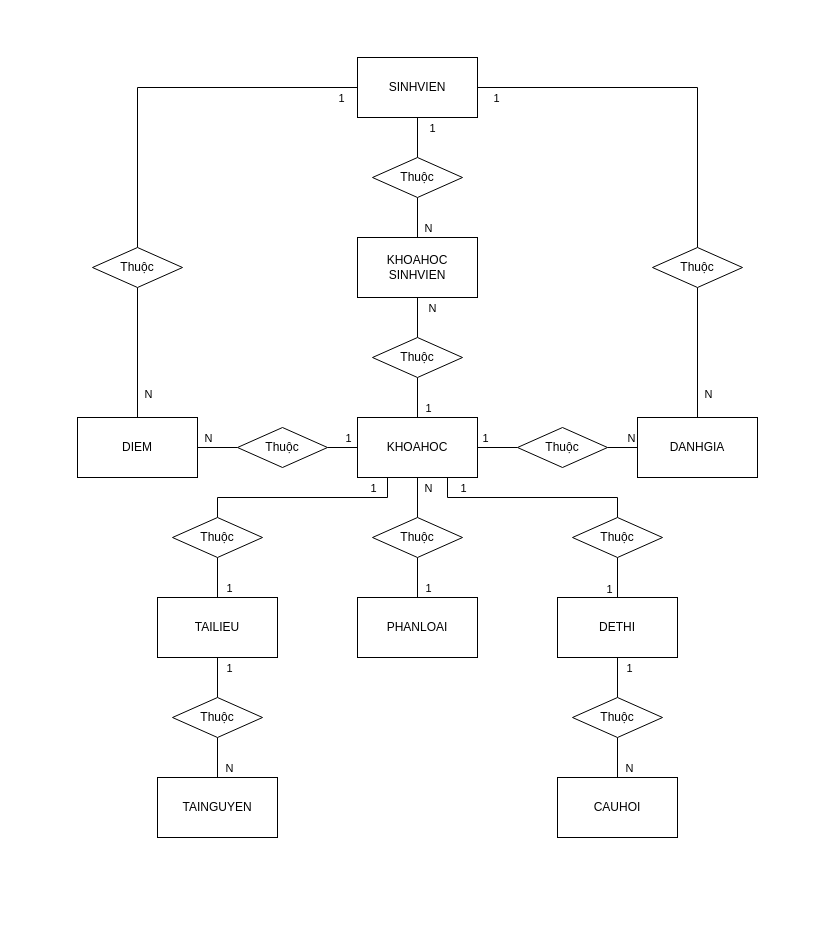
AnLaVN/DAS_Courses keeps this draw.io diagram as page "ERD" (1 of 4) of Diagrams.drawio. Above is the earlier version. Source tidied: cells renumbered, new cells numbered last; positions are measured from the earlier drawing's top-left corner, leaving out a move shared by most shapes. Both pictures are drawn from the tidied source at 100%, with x=0, y=0 at pixel (77, 57).
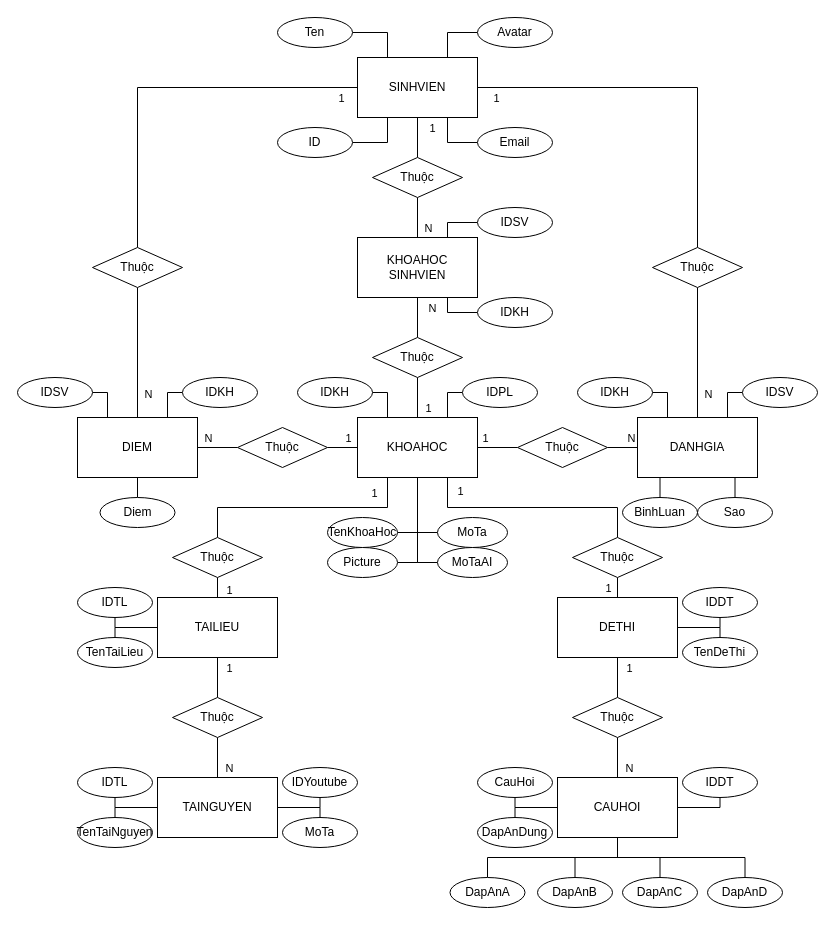
Above is the later version.

The change refers to these unchanged cells:
```xml
<mxCell id="2" value="SINHVIEN" style="rounded=0;whiteSpace=wrap;html=1;" parent="1" vertex="1">
  <mxGeometry x="280" width="120" height="60" as="geometry" />
</mxCell>
<mxCell id="3" value="CAUHOI" style="rounded=0;whiteSpace=wrap;html=1;" parent="1" vertex="1">
  <mxGeometry x="480" y="720" width="120" height="60" as="geometry" />
</mxCell>
<mxCell id="4" value="DETHI" style="rounded=0;whiteSpace=wrap;html=1;" parent="1" vertex="1">
  <mxGeometry x="480" y="540" width="120" height="60" as="geometry" />
</mxCell>
<mxCell id="5" value="KHOAHOC" style="rounded=0;whiteSpace=wrap;html=1;" parent="1" vertex="1">
  <mxGeometry x="280" y="360" width="120" height="60" as="geometry" />
</mxCell>
<mxCell id="6" value="TAILIEU" style="rounded=0;whiteSpace=wrap;html=1;" parent="1" vertex="1">
  <mxGeometry x="80" y="540" width="120" height="60" as="geometry" />
</mxCell>
<mxCell id="7" value="TAINGUYEN" style="rounded=0;whiteSpace=wrap;html=1;" parent="1" vertex="1">
  <mxGeometry x="80" y="720" width="120" height="60" as="geometry" />
</mxCell>
<mxCell id="8" value="DANHGIA" style="rounded=0;whiteSpace=wrap;html=1;" parent="1" vertex="1">
  <mxGeometry x="560" y="360" width="120" height="60" as="geometry" />
</mxCell>
<mxCell id="31" style="edgeStyle=orthogonalEdgeStyle;rounded=0;jettySize=auto;html=1;exitX=0.5;exitY=1;exitDx=0;exitDy=0;entryX=0.5;entryY=0;entryDx=0;entryDy=0;endArrow=none;endFill=0;" parent="1" edge="1" source="33" target="4">
  <mxGeometry relative="1" as="geometry" />
</mxCell>
<mxCell id="44" value="DIEM" style="rounded=0;whiteSpace=wrap;html=1;" parent="1" vertex="1">
  <mxGeometry y="360" width="120" height="60" as="geometry" />
</mxCell>
<mxCell id="55" value="KHOAHOC&lt;br&gt;SINHVIEN" style="rounded=0;whiteSpace=wrap;html=1;" parent="1" vertex="1">
  <mxGeometry x="280" y="180" width="120" height="60" as="geometry" />
</mxCell>
```

Change to the diagram source:
```diff
@@
+    <mxCell id="67" style="edgeStyle=orthogonalEdgeStyle;rounded=0;jettySize=auto;html=1;exitX=1;exitY=0.5;exitDx=0;exitDy=0;entryX=0.5;entryY=1;entryDx=0;entryDy=0;endArrow=none;endFill=0;" parent="1" edge="1" source="3" target="111">
+      <mxGeometry relative="1" as="geometry">
+        <Array as="points">
+          <mxPoint x="642" y="750" />
+        </Array>
+      </mxGeometry>
+    </mxCell>
+    <mxCell id="68" style="edgeStyle=orthogonalEdgeStyle;rounded=0;jettySize=auto;html=1;exitX=0;exitY=0.5;exitDx=0;exitDy=0;entryX=0.5;entryY=0;entryDx=0;entryDy=0;endArrow=none;endFill=0;" parent="1" edge="1" source="3" target="122">
+      <mxGeometry relative="1" as="geometry">
+        <Array as="points">
+          <mxPoint x="437" y="750" />
+        </Array>
+      </mxGeometry>
+    </mxCell>
@@
+    <mxCell id="69" style="edgeStyle=orthogonalEdgeStyle;rounded=0;jettySize=auto;html=1;exitX=0;exitY=0.5;exitDx=0;exitDy=0;entryX=0.5;entryY=1;entryDx=0;entryDy=0;endArrow=none;endFill=0;" parent="1" edge="1" source="6" target="101">
+      <mxGeometry relative="1" as="geometry">
+        <Array as="points">
+          <mxPoint x="38" y="570" />
+        </Array>
+      </mxGeometry>
+    </mxCell>
+    <mxCell id="70" style="edgeStyle=orthogonalEdgeStyle;rounded=0;jettySize=auto;html=1;exitX=0;exitY=0.5;exitDx=0;exitDy=0;entryX=0.5;entryY=0;entryDx=0;entryDy=0;endArrow=none;endFill=0;" parent="1" edge="1" source="6" target="102">
+      <mxGeometry relative="1" as="geometry">
+        <Array as="points">
+          <mxPoint x="38" y="570" />
+        </Array>
+      </mxGeometry>
+    </mxCell>
@@
+    <mxCell id="71" style="edgeStyle=orthogonalEdgeStyle;rounded=0;jettySize=auto;html=1;exitX=0;exitY=0.5;exitDx=0;exitDy=0;entryX=0.5;entryY=0;entryDx=0;entryDy=0;endArrow=none;endFill=0;" parent="1" edge="1" source="7" target="104">
+      <mxGeometry relative="1" as="geometry">
+        <Array as="points">
+          <mxPoint x="38" y="750" />
+        </Array>
+      </mxGeometry>
+    </mxCell>
+    <mxCell id="72" style="edgeStyle=orthogonalEdgeStyle;rounded=0;jettySize=auto;html=1;exitX=1;exitY=0.5;exitDx=0;exitDy=0;entryX=0.5;entryY=1;entryDx=0;entryDy=0;endArrow=none;endFill=0;" parent="1" edge="1" source="7" target="105">
+      <mxGeometry relative="1" as="geometry">
+        <Array as="points">
+          <mxPoint x="243" y="750" />
+        </Array>
+      </mxGeometry>
+    </mxCell>
+    <mxCell id="73" style="edgeStyle=orthogonalEdgeStyle;rounded=0;jettySize=auto;html=1;exitX=1;exitY=0.5;exitDx=0;exitDy=0;entryX=0.5;entryY=0;entryDx=0;entryDy=0;endArrow=none;endFill=0;" parent="1" edge="1" source="7" target="106">
+      <mxGeometry relative="1" as="geometry">
+        <Array as="points">
+          <mxPoint x="243" y="750" />
+        </Array>
+      </mxGeometry>
+    </mxCell>
+    <mxCell id="74" style="edgeStyle=orthogonalEdgeStyle;rounded=0;jettySize=auto;html=1;exitX=0;exitY=0.5;exitDx=0;exitDy=0;entryX=0.5;entryY=1;entryDx=0;entryDy=0;endArrow=none;endFill=0;" parent="1" edge="1" source="7" target="103">
+      <mxGeometry relative="1" as="geometry">
+        <Array as="points">
+          <mxPoint x="38" y="750" />
+        </Array>
+      </mxGeometry>
+    </mxCell>
@@
+    <mxCell id="75" style="edgeStyle=orthogonalEdgeStyle;rounded=0;jettySize=auto;html=1;exitX=0.25;exitY=1;exitDx=0;exitDy=0;entryX=0.5;entryY=0;entryDx=0;entryDy=0;endArrow=none;endFill=0;" parent="1" edge="1" source="8" target="96">
+      <mxGeometry relative="1" as="geometry" />
+    </mxCell>
+    <mxCell id="76" style="edgeStyle=orthogonalEdgeStyle;rounded=0;jettySize=auto;html=1;exitX=0.75;exitY=1;exitDx=0;exitDy=0;entryX=0.5;entryY=0;entryDx=0;entryDy=0;endArrow=none;endFill=0;" parent="1" edge="1" source="8" target="91">
+      <mxGeometry relative="1" as="geometry" />
+    </mxCell>
@@
     <mxCell id="28" value="Thuộc" style="shape=rhombus;perimeter=rhombusPerimeter;whiteSpace=wrap;html=1;align=center;" parent="1" vertex="1">
-      <mxGeometry x="95" y="460" width="90" height="40" as="geometry" />
+      <mxGeometry x="95" y="480" width="90" height="40" as="geometry" />
     </mxCell>
@@
     <mxCell id="32" value="1" style="edgeLabel;html=1;align=center;verticalAlign=middle;" parent="31" vertex="1">
       <mxGeometry x="0.73" y="2" relative="1" as="geometry">
-        <mxPoint x="-11" y="-4" as="offset" />
+        <mxPoint x="-12" y="-7" as="offset" />
       </mxGeometry>
     </mxCell>
     <mxCell id="33" value="Thuộc" style="shape=rhombus;perimeter=rhombusPerimeter;whiteSpace=wrap;html=1;align=center;" parent="1" vertex="1">
-      <mxGeometry x="495" y="460" width="90" height="40" as="geometry" />
+      <mxGeometry x="495" y="480" width="90" height="40" as="geometry" />
     </mxCell>
@@
-    <mxCell id="61" value="PHANLOAI" style="rounded=0;whiteSpace=wrap;html=1;" parent="1" vertex="1">
-      <mxGeometry x="280" y="540" width="120" height="60" as="geometry" />
-    </mxCell>
-    <mxCell id="62" style="edgeStyle=orthogonalEdgeStyle;rounded=0;jettySize=auto;html=1;exitX=0.5;exitY=1;exitDx=0;exitDy=0;entryX=0.5;entryY=0;entryDx=0;entryDy=0;endArrow=none;endFill=0;" parent="1" edge="1" source="66" target="61">
-      <mxGeometry relative="1" as="geometry" />
-    </mxCell>
-    <mxCell id="63" value="1" style="edgeLabel;html=1;align=center;verticalAlign=middle;" parent="62" vertex="1">
-      <mxGeometry x="0.63" y="-1" relative="1" as="geometry">
-        <mxPoint x="11" y="-3" as="offset" />
-      </mxGeometry>
-    </mxCell>
-    <mxCell id="64" style="edgeStyle=orthogonalEdgeStyle;rounded=0;jettySize=auto;html=1;exitX=0.5;exitY=0;exitDx=0;exitDy=0;entryX=0.5;entryY=1;entryDx=0;entryDy=0;endArrow=none;endFill=0;" parent="1" edge="1" source="66" target="5">
-      <mxGeometry relative="1" as="geometry" />
-    </mxCell>
-    <mxCell id="65" value="N" style="edgeLabel;html=1;align=center;verticalAlign=middle;" parent="64" vertex="1">
-      <mxGeometry x="0.84" relative="1" as="geometry">
-        <mxPoint x="10" y="7" as="offset" />
-      </mxGeometry>
-    </mxCell>
-    <mxCell id="66" value="Thuộc" style="shape=rhombus;perimeter=rhombusPerimeter;whiteSpace=wrap;html=1;align=center;" parent="1" vertex="1">
-      <mxGeometry x="295" y="460" width="90" height="40" as="geometry" />
-    </mxCell>
+    <mxCell id="77" style="edgeStyle=orthogonalEdgeStyle;rounded=0;jettySize=auto;html=1;exitX=1;exitY=0.5;exitDx=0;exitDy=0;entryX=0.25;entryY=1;entryDx=0;entryDy=0;endArrow=none;endFill=0;" parent="1" edge="1" source="78" target="2">
+      <mxGeometry relative="1" as="geometry" />
+    </mxCell>
+    <mxCell id="78" value="ID" style="ellipse;whiteSpace=wrap;html=1;" parent="1" vertex="1">
+      <mxGeometry x="200" y="70" width="75" height="30" as="geometry" />
+    </mxCell>
+    <mxCell id="79" style="edgeStyle=orthogonalEdgeStyle;rounded=0;jettySize=auto;html=1;exitX=0;exitY=0.5;exitDx=0;exitDy=0;entryX=0.75;entryY=1;entryDx=0;entryDy=0;endArrow=none;endFill=0;" parent="1" edge="1" source="80" target="2">
+      <mxGeometry relative="1" as="geometry" />
+    </mxCell>
+    <mxCell id="80" value="Email" style="ellipse;whiteSpace=wrap;html=1;" parent="1" vertex="1">
+      <mxGeometry x="400" y="70" width="75" height="30" as="geometry" />
+    </mxCell>
+    <mxCell id="81" style="edgeStyle=orthogonalEdgeStyle;rounded=0;jettySize=auto;html=1;exitX=1;exitY=0.5;exitDx=0;exitDy=0;entryX=0.25;entryY=0;entryDx=0;entryDy=0;endArrow=none;endFill=0;" parent="1" edge="1" source="82" target="2">
+      <mxGeometry relative="1" as="geometry" />
+    </mxCell>
+    <mxCell id="82" value="Ten" style="ellipse;whiteSpace=wrap;html=1;" parent="1" vertex="1">
+      <mxGeometry x="200" y="-40" width="75" height="30" as="geometry" />
+    </mxCell>
+    <mxCell id="83" style="edgeStyle=orthogonalEdgeStyle;rounded=0;jettySize=auto;html=1;exitX=0;exitY=0.5;exitDx=0;exitDy=0;entryX=0.75;entryY=0;entryDx=0;entryDy=0;endArrow=none;endFill=0;" parent="1" edge="1" source="84" target="2">
+      <mxGeometry relative="1" as="geometry" />
+    </mxCell>
+    <mxCell id="84" value="Avatar" style="ellipse;whiteSpace=wrap;html=1;" parent="1" vertex="1">
+      <mxGeometry x="400" y="-40" width="75" height="30" as="geometry" />
+    </mxCell>
+    <mxCell id="85" style="edgeStyle=orthogonalEdgeStyle;rounded=0;jettySize=auto;html=1;exitX=1;exitY=0.5;exitDx=0;exitDy=0;entryX=0.25;entryY=0;entryDx=0;entryDy=0;endArrow=none;endFill=0;" parent="1" edge="1" source="86" target="44">
+      <mxGeometry relative="1" as="geometry" />
+    </mxCell>
+    <mxCell id="86" value="IDSV" style="ellipse;whiteSpace=wrap;html=1;" parent="1" vertex="1">
+      <mxGeometry x="-60" y="320" width="75" height="30" as="geometry" />
+    </mxCell>
+    <mxCell id="87" style="edgeStyle=orthogonalEdgeStyle;rounded=0;jettySize=auto;html=1;exitX=0;exitY=0.5;exitDx=0;exitDy=0;entryX=0.75;entryY=0;entryDx=0;entryDy=0;endArrow=none;endFill=0;" parent="1" edge="1" source="88" target="44">
+      <mxGeometry relative="1" as="geometry" />
+    </mxCell>
+    <mxCell id="88" value="IDKH" style="ellipse;whiteSpace=wrap;html=1;" parent="1" vertex="1">
+      <mxGeometry x="105" y="320" width="75" height="30" as="geometry" />
+    </mxCell>
+    <mxCell id="89" style="edgeStyle=orthogonalEdgeStyle;rounded=0;jettySize=auto;html=1;exitX=0.5;exitY=0;exitDx=0;exitDy=0;entryX=0.5;entryY=1;entryDx=0;entryDy=0;endArrow=none;endFill=0;" parent="1" edge="1" source="90" target="44">
+      <mxGeometry relative="1" as="geometry" />
+    </mxCell>
+    <mxCell id="90" value="Diem" style="ellipse;whiteSpace=wrap;html=1;" parent="1" vertex="1">
+      <mxGeometry x="22.5" y="440" width="75" height="30" as="geometry" />
+    </mxCell>
+    <mxCell id="91" value="Sao" style="ellipse;whiteSpace=wrap;html=1;" parent="1" vertex="1">
+      <mxGeometry x="620" y="440" width="75" height="30" as="geometry" />
+    </mxCell>
+    <mxCell id="92" style="edgeStyle=orthogonalEdgeStyle;rounded=0;jettySize=auto;html=1;exitX=0;exitY=0.5;exitDx=0;exitDy=0;entryX=0.75;entryY=0;entryDx=0;entryDy=0;endArrow=none;endFill=0;" parent="1" edge="1" source="93" target="8">
+      <mxGeometry relative="1" as="geometry" />
+    </mxCell>
+    <mxCell id="93" value="IDSV" style="ellipse;whiteSpace=wrap;html=1;" parent="1" vertex="1">
+      <mxGeometry x="665" y="320" width="75" height="30" as="geometry" />
+    </mxCell>
+    <mxCell id="94" style="edgeStyle=orthogonalEdgeStyle;rounded=0;jettySize=auto;html=1;exitX=1;exitY=0.5;exitDx=0;exitDy=0;entryX=0.25;entryY=0;entryDx=0;entryDy=0;endArrow=none;endFill=0;" parent="1" edge="1" source="95" target="8">
+      <mxGeometry relative="1" as="geometry" />
+    </mxCell>
+    <mxCell id="95" value="IDKH" style="ellipse;whiteSpace=wrap;html=1;" parent="1" vertex="1">
+      <mxGeometry x="500" y="320" width="75" height="30" as="geometry" />
+    </mxCell>
+    <mxCell id="96" value="BinhLuan" style="ellipse;whiteSpace=wrap;html=1;" parent="1" vertex="1">
+      <mxGeometry x="545" y="440" width="75" height="30" as="geometry" />
+    </mxCell>
+    <mxCell id="97" style="edgeStyle=orthogonalEdgeStyle;rounded=0;jettySize=auto;html=1;exitX=0;exitY=0.5;exitDx=0;exitDy=0;entryX=0.75;entryY=0;entryDx=0;entryDy=0;endArrow=none;endFill=0;" parent="1" edge="1" source="98" target="55">
+      <mxGeometry relative="1" as="geometry" />
+    </mxCell>
+    <mxCell id="98" value="IDSV" style="ellipse;whiteSpace=wrap;html=1;" parent="1" vertex="1">
+      <mxGeometry x="400" y="150" width="75" height="30" as="geometry" />
+    </mxCell>
+    <mxCell id="99" style="edgeStyle=orthogonalEdgeStyle;rounded=0;jettySize=auto;html=1;exitX=0;exitY=0.5;exitDx=0;exitDy=0;entryX=0.75;entryY=1;entryDx=0;entryDy=0;endArrow=none;endFill=0;" parent="1" edge="1" source="100" target="55">
+      <mxGeometry relative="1" as="geometry" />
+    </mxCell>
+    <mxCell id="100" value="IDKH" style="ellipse;whiteSpace=wrap;html=1;" parent="1" vertex="1">
+      <mxGeometry x="400" y="240" width="75" height="30" as="geometry" />
+    </mxCell>
+    <mxCell id="101" value="IDTL" style="ellipse;whiteSpace=wrap;html=1;" parent="1" vertex="1">
+      <mxGeometry y="530" width="75" height="30" as="geometry" />
+    </mxCell>
+    <mxCell id="102" value="TenTaiLieu" style="ellipse;whiteSpace=wrap;html=1;" parent="1" vertex="1">
+      <mxGeometry y="580" width="75" height="30" as="geometry" />
+    </mxCell>
+    <mxCell id="103" value="IDTL" style="ellipse;whiteSpace=wrap;html=1;" parent="1" vertex="1">
+      <mxGeometry y="710" width="75" height="30" as="geometry" />
+    </mxCell>
+    <mxCell id="104" value="TenTaiNguyen" style="ellipse;whiteSpace=wrap;html=1;" parent="1" vertex="1">
+      <mxGeometry y="760" width="75" height="30" as="geometry" />
+    </mxCell>
+    <mxCell id="105" value="IDYoutube" style="ellipse;whiteSpace=wrap;html=1;" parent="1" vertex="1">
+      <mxGeometry x="205" y="710" width="75" height="30" as="geometry" />
+    </mxCell>
+    <mxCell id="106" value="MoTa" style="ellipse;whiteSpace=wrap;html=1;" parent="1" vertex="1">
+      <mxGeometry x="205" y="760" width="75" height="30" as="geometry" />
+    </mxCell>
+    <mxCell id="107" style="edgeStyle=orthogonalEdgeStyle;rounded=0;jettySize=auto;html=1;exitX=0.5;exitY=1;exitDx=0;exitDy=0;entryX=1;entryY=0.5;entryDx=0;entryDy=0;endArrow=none;endFill=0;" parent="1" edge="1" source="108" target="4">
+      <mxGeometry relative="1" as="geometry">
+        <Array as="points">
+          <mxPoint x="643" y="570" />
+        </Array>
+      </mxGeometry>
+    </mxCell>
+    <mxCell id="108" value="IDDT" style="ellipse;whiteSpace=wrap;html=1;" parent="1" vertex="1">
+      <mxGeometry x="605" y="530" width="75" height="30" as="geometry" />
+    </mxCell>
+    <mxCell id="109" style="edgeStyle=orthogonalEdgeStyle;rounded=0;jettySize=auto;html=1;exitX=0.5;exitY=0;exitDx=0;exitDy=0;endArrow=none;endFill=0;" parent="1" edge="1" source="110">
+      <mxGeometry relative="1" as="geometry">
+        <mxPoint x="600" y="570" as="targetPoint" />
+        <Array as="points">
+          <mxPoint x="643" y="570" />
+        </Array>
+      </mxGeometry>
+    </mxCell>
+    <mxCell id="110" value="TenDeThi" style="ellipse;whiteSpace=wrap;html=1;" parent="1" vertex="1">
+      <mxGeometry x="605" y="580" width="75" height="30" as="geometry" />
+    </mxCell>
+    <mxCell id="111" value="IDDT" style="ellipse;whiteSpace=wrap;html=1;" parent="1" vertex="1">
+      <mxGeometry x="605" y="710" width="75" height="30" as="geometry" />
+    </mxCell>
+    <mxCell id="112" style="edgeStyle=orthogonalEdgeStyle;rounded=0;jettySize=auto;html=1;exitX=0.5;exitY=1;exitDx=0;exitDy=0;entryX=0;entryY=0.5;entryDx=0;entryDy=0;endArrow=none;endFill=0;" parent="1" edge="1" source="113" target="3">
+      <mxGeometry relative="1" as="geometry">
+        <Array as="points">
+          <mxPoint x="437" y="750" />
+        </Array>
+      </mxGeometry>
+    </mxCell>
+    <mxCell id="113" value="CauHoi" style="ellipse;whiteSpace=wrap;html=1;" parent="1" vertex="1">
+      <mxGeometry x="400" y="710" width="75" height="30" as="geometry" />
+    </mxCell>
+    <mxCell id="114" style="edgeStyle=orthogonalEdgeStyle;rounded=0;jettySize=auto;html=1;exitX=0.5;exitY=0;exitDx=0;exitDy=0;entryX=0.5;entryY=1;entryDx=0;entryDy=0;endArrow=none;endFill=0;" parent="1" edge="1" source="115" target="3">
+      <mxGeometry relative="1" as="geometry" />
+    </mxCell>
+    <mxCell id="115" value="DapAnA" style="ellipse;whiteSpace=wrap;html=1;" parent="1" vertex="1">
+      <mxGeometry x="372.5" y="820" width="75" height="30" as="geometry" />
+    </mxCell>
+    <mxCell id="116" style="edgeStyle=orthogonalEdgeStyle;rounded=0;jettySize=auto;html=1;exitX=0.5;exitY=0;exitDx=0;exitDy=0;entryX=0.5;entryY=1;entryDx=0;entryDy=0;endArrow=none;endFill=0;" parent="1" edge="1" source="117" target="3">
+      <mxGeometry relative="1" as="geometry" />
+    </mxCell>
+    <mxCell id="117" value="DapAnB" style="ellipse;whiteSpace=wrap;html=1;" parent="1" vertex="1">
+      <mxGeometry x="460" y="820" width="75" height="30" as="geometry" />
+    </mxCell>
+    <mxCell id="118" style="edgeStyle=orthogonalEdgeStyle;rounded=0;jettySize=auto;html=1;exitX=0.5;exitY=0;exitDx=0;exitDy=0;endArrow=none;endFill=0;" parent="1" edge="1" source="119">
+      <mxGeometry relative="1" as="geometry">
+        <mxPoint x="540" y="780" as="targetPoint" />
+        <Array as="points">
+          <mxPoint x="582" y="800" />
+          <mxPoint x="540" y="800" />
+        </Array>
+      </mxGeometry>
+    </mxCell>
+    <mxCell id="119" value="DapAnC" style="ellipse;whiteSpace=wrap;html=1;" parent="1" vertex="1">
+      <mxGeometry x="545" y="820" width="75" height="30" as="geometry" />
+    </mxCell>
+    <mxCell id="120" style="edgeStyle=orthogonalEdgeStyle;rounded=0;jettySize=auto;html=1;exitX=0.5;exitY=0;exitDx=0;exitDy=0;entryX=0.5;entryY=1;entryDx=0;entryDy=0;endArrow=none;endFill=0;" parent="1" edge="1" source="121" target="3">
+      <mxGeometry relative="1" as="geometry" />
+    </mxCell>
+    <mxCell id="121" value="DapAnD" style="ellipse;whiteSpace=wrap;html=1;" parent="1" vertex="1">
+      <mxGeometry x="630" y="820" width="75" height="30" as="geometry" />
+    </mxCell>
+    <mxCell id="122" value="DapAnDung" style="ellipse;whiteSpace=wrap;html=1;" parent="1" vertex="1">
+      <mxGeometry x="400" y="760" width="75" height="30" as="geometry" />
+    </mxCell>
+    <mxCell id="123" style="edgeStyle=orthogonalEdgeStyle;rounded=0;jettySize=auto;html=1;exitX=0;exitY=0.5;exitDx=0;exitDy=0;entryX=0.75;entryY=0;entryDx=0;entryDy=0;endArrow=none;endFill=0;" parent="1" edge="1" source="124" target="5">
+      <mxGeometry relative="1" as="geometry" />
+    </mxCell>
+    <mxCell id="124" value="IDPL" style="ellipse;whiteSpace=wrap;html=1;" parent="1" vertex="1">
+      <mxGeometry x="385" y="320" width="75" height="30" as="geometry" />
+    </mxCell>
+    <mxCell id="125" style="edgeStyle=orthogonalEdgeStyle;rounded=0;jettySize=auto;html=1;exitX=1;exitY=0.5;exitDx=0;exitDy=0;entryX=0.25;entryY=0;entryDx=0;entryDy=0;endArrow=none;endFill=0;" parent="1" edge="1" source="126" target="5">
+      <mxGeometry relative="1" as="geometry" />
+    </mxCell>
+    <mxCell id="126" value="IDKH" style="ellipse;whiteSpace=wrap;html=1;" parent="1" vertex="1">
+      <mxGeometry x="220" y="320" width="75" height="30" as="geometry" />
+    </mxCell>
+    <mxCell id="127" style="edgeStyle=orthogonalEdgeStyle;rounded=0;jettySize=auto;html=1;exitX=1;exitY=0.5;exitDx=0;exitDy=0;entryX=0.5;entryY=1;entryDx=0;entryDy=0;endArrow=none;endFill=0;" parent="1" edge="1" source="128" target="5">
+      <mxGeometry relative="1" as="geometry">
+        <Array as="points">
+          <mxPoint x="340" y="475" />
+        </Array>
+      </mxGeometry>
+    </mxCell>
+    <mxCell id="128" value="TenKhoaHoc" style="ellipse;whiteSpace=wrap;html=1;" parent="1" vertex="1">
+      <mxGeometry x="250" y="460" width="70" height="30" as="geometry" />
+    </mxCell>
+    <mxCell id="129" style="edgeStyle=orthogonalEdgeStyle;rounded=0;jettySize=auto;html=1;exitX=0;exitY=0.5;exitDx=0;exitDy=0;entryX=0.5;entryY=1;entryDx=0;entryDy=0;endArrow=none;endFill=0;" parent="1" edge="1" source="130" target="5">
+      <mxGeometry relative="1" as="geometry" />
+    </mxCell>
+    <mxCell id="130" value="MoTa" style="ellipse;whiteSpace=wrap;html=1;" parent="1" vertex="1">
+      <mxGeometry x="360" y="460" width="70" height="30" as="geometry" />
+    </mxCell>
+    <mxCell id="131" style="edgeStyle=orthogonalEdgeStyle;rounded=0;jettySize=auto;html=1;exitX=1;exitY=0.5;exitDx=0;exitDy=0;endArrow=none;endFill=0;" parent="1" edge="1" source="132">
+      <mxGeometry relative="1" as="geometry">
+        <mxPoint x="340" y="420" as="targetPoint" />
+        <Array as="points">
+          <mxPoint x="340" y="505" />
+        </Array>
+      </mxGeometry>
+    </mxCell>
+    <mxCell id="132" value="Picture" style="ellipse;whiteSpace=wrap;html=1;" parent="1" vertex="1">
+      <mxGeometry x="250" y="490" width="70" height="30" as="geometry" />
+    </mxCell>
+    <mxCell id="133" style="edgeStyle=orthogonalEdgeStyle;rounded=0;jettySize=auto;html=1;exitX=0;exitY=0.5;exitDx=0;exitDy=0;endArrow=none;endFill=0;" parent="1" edge="1" source="134">
+      <mxGeometry relative="1" as="geometry">
+        <mxPoint x="340" y="420" as="targetPoint" />
+      </mxGeometry>
+    </mxCell>
+    <mxCell id="134" value="MoTaAI" style="ellipse;whiteSpace=wrap;html=1;" parent="1" vertex="1">
+      <mxGeometry x="360" y="490" width="70" height="30" as="geometry" />
+    </mxCell>
+    <mxCell id="135" style="edgeStyle=orthogonalEdgeStyle;rounded=0;orthogonalLoop=1;jettySize=auto;html=1;exitX=0.5;exitY=1;exitDx=0;exitDy=0;" parent="1" edge="1" source="105" target="105">
+      <mxGeometry relative="1" as="geometry" />
+    </mxCell>
+    <mxCell id="136" style="edgeStyle=orthogonalEdgeStyle;rounded=0;orthogonalLoop=1;jettySize=auto;html=1;exitX=0.5;exitY=1;exitDx=0;exitDy=0;" parent="1" edge="1" source="113" target="113">
+      <mxGeometry relative="1" as="geometry" />
+    </mxCell>
```
